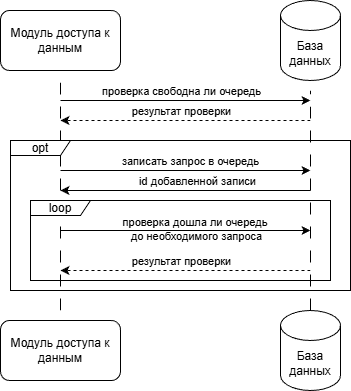
Before: Analitics/диаграмма последовательности - проверка очереди.png, a diagram exported from draw.io (Sber-Kiwi/Presentation-generation). Source tidied: cells renumbered, new cells last; positions are measured from the earlier drawing's top-left corner, leaving out a move shared by most shapes.
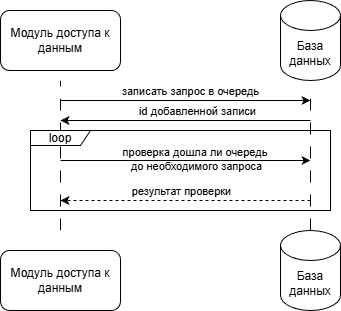
Above is the later version.

Commit message:
Исправлены схема архитектуры и диаграмма последовательности, добавлены xml для диаграммы последовательности

What changed in the source:
```diff
@@ -10,57 +10,32 @@
     </mxCell>
     <mxCell id="4" style="endArrow=none;dashed=1;html=1;rounded=0;dashPattern=12 12;" parent="1" edge="1">
       <mxGeometry relative="1" as="geometry">
-        <mxPoint x="60" y="310" as="sourcePoint" />
+        <mxPoint x="60" y="230" as="sourcePoint" />
         <mxPoint x="60" y="80" as="targetPoint" />
       </mxGeometry>
     </mxCell>
     <mxCell id="5" style="endArrow=none;dashed=1;html=1;rounded=0;dashPattern=12 12;" parent="1" edge="1">
       <mxGeometry relative="1" as="geometry">
-        <mxPoint x="310" y="310" as="sourcePoint" />
+        <mxPoint x="310" y="230" as="sourcePoint" />
         <mxPoint x="310" y="90" as="targetPoint" />
       </mxGeometry>
     </mxCell>
-    <mxCell id="6" style="endArrow=classic;html=1;rounded=0;" parent="1" edge="1">
-      <mxGeometry relative="1" as="geometry">
-        <mxPoint x="60" y="100" as="sourcePoint" />
-        <mxPoint x="310" y="100" as="targetPoint" />
-      </mxGeometry>
-    </mxCell>
-    <mxCell id="7" value="проверка свободна ли&amp;nbsp;&lt;span style=&quot;background-color: transparent; color: light-dark(rgb(0, 0, 0), rgb(255, 255, 255));&quot;&gt;очередь&lt;/span&gt;" style="edgeLabel;html=1;align=center;verticalAlign=middle;labelBackgroundColor=none;" parent="6" vertex="1">
-      <mxGeometry x="-0.1" relative="1" as="geometry">
-        <mxPoint x="8" y="-10" as="offset" />
-      </mxGeometry>
-    </mxCell>
-    <mxCell id="8" style="endArrow=classic;html=1;rounded=0;dashed=1;" parent="1" edge="1">
-      <mxGeometry relative="1" as="geometry">
-        <mxPoint x="310" y="120" as="sourcePoint" />
-        <mxPoint x="60" y="120" as="targetPoint" />
-      </mxGeometry>
-    </mxCell>
-    <mxCell id="9" value="результат проверки" style="edgeLabel;html=1;align=center;verticalAlign=middle;" parent="8" vertex="1">
-      <mxGeometry x="-0.01" y="-1" relative="1" as="geometry">
-        <mxPoint x="-7" y="-9" as="offset" />
-      </mxGeometry>
-    </mxCell>
     <mxCell id="10" style="endArrow=classic;html=1;rounded=0;" parent="1" edge="1">
       <mxGeometry relative="1" as="geometry">
-        <mxPoint x="60" y="230" as="sourcePoint" />
-        <mxPoint x="310" y="230" as="targetPoint" />
+        <mxPoint x="60" y="160" as="sourcePoint" />
+        <mxPoint x="310" y="160" as="targetPoint" />
       </mxGeometry>
     </mxCell>
     <mxCell id="11" value="проверка дошла ли очередь&amp;nbsp;&lt;div&gt;до необходимого запроса&lt;/div&gt;" style="edgeLabel;html=1;align=center;verticalAlign=middle;labelBackgroundColor=none;" parent="10" vertex="1">
       <mxGeometry x="0.08" y="2" relative="1" as="geometry" />
     </mxCell>
-    <mxCell id="12" value="opt" style="shape=umlFrame;whiteSpace=wrap;html=1;width=60;height=15;" parent="1" vertex="1">
-      <mxGeometry x="10" y="140" width="340" height="150" as="geometry" />
-    </mxCell>
     <mxCell id="13" value="loop" style="shape=umlFrame;whiteSpace=wrap;html=1;width=60;height=15;" parent="1" vertex="1">
-      <mxGeometry x="30" y="200" width="300" height="80" as="geometry" />
+      <mxGeometry x="30" y="130" width="300" height="80" as="geometry" />
     </mxCell>
     <mxCell id="14" style="endArrow=classic;html=1;rounded=0;" parent="1" edge="1">
       <mxGeometry relative="1" as="geometry">
-        <mxPoint x="60" y="170" as="sourcePoint" />
-        <mxPoint x="310" y="170" as="targetPoint" />
+        <mxPoint x="60" y="100" as="sourcePoint" />
+        <mxPoint x="310" y="100" as="targetPoint" />
       </mxGeometry>
     </mxCell>
     <mxCell id="15" value="записать запрос в очередь" style="edgeLabel;html=1;align=center;verticalAlign=middle;labelBackgroundColor=none;" parent="14" vertex="1">
@@ -70,8 +45,8 @@
     </mxCell>
     <mxCell id="16" style="endArrow=classic;html=1;rounded=0;dashed=1;" parent="1" edge="1">
       <mxGeometry relative="1" as="geometry">
-        <mxPoint x="310" y="270" as="sourcePoint" />
-        <mxPoint x="60" y="270" as="targetPoint" />
+        <mxPoint x="310" y="200" as="sourcePoint" />
+        <mxPoint x="60" y="200" as="targetPoint" />
       </mxGeometry>
     </mxCell>
     <mxCell id="17" value="результат проверки" style="edgeLabel;html=1;align=center;verticalAlign=middle;" parent="16" vertex="1">
@@ -81,8 +56,8 @@
     </mxCell>
     <mxCell id="18" style="endArrow=classic;html=1;rounded=0;" parent="1" edge="1">
       <mxGeometry relative="1" as="geometry">
-        <mxPoint x="310" y="190" as="sourcePoint" />
-        <mxPoint x="60" y="190" as="targetPoint" />
+        <mxPoint x="310" y="120" as="sourcePoint" />
+        <mxPoint x="60" y="120" as="targetPoint" />
       </mxGeometry>
     </mxCell>
     <mxCell id="19" value="id добавленной записи" style="edgeLabel;html=1;align=center;verticalAlign=middle;labelBackgroundColor=none;" parent="18" vertex="1">
@@ -91,10 +66,10 @@
       </mxGeometry>
     </mxCell>
     <mxCell id="20" value="Модуль доступа к данным" style="rounded=1;whiteSpace=wrap;html=1;" parent="1" vertex="1">
-      <mxGeometry y="320" width="120" height="60" as="geometry" />
+      <mxGeometry y="250" width="120" height="60" as="geometry" />
     </mxCell>
     <mxCell id="21" value="База данных" style="shape=cylinder3;whiteSpace=wrap;html=1;boundedLbl=1;backgroundOutline=1;size=15;" parent="1" vertex="1">
-      <mxGeometry x="280" y="310" width="60" height="80" as="geometry" />
+      <mxGeometry x="280" y="230" width="60" height="80" as="geometry" />
     </mxCell>
   </root>
 </mxGraphModel>
```
